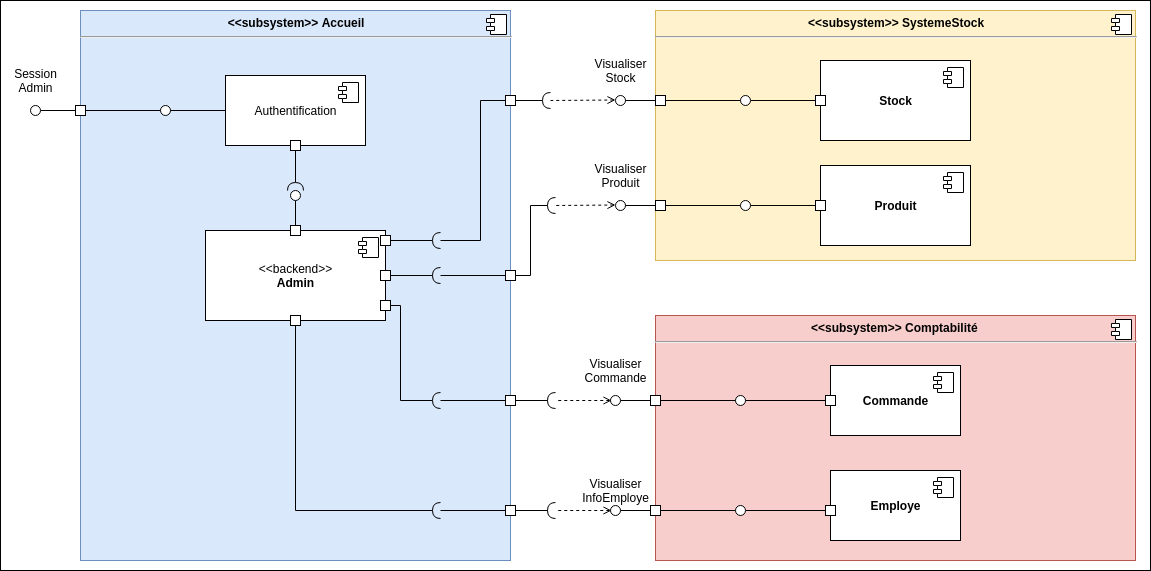
The draw.io diagram Diag_component_admin.png in micktymoon/P6_pelletier_c-line, before a commit. Source tidied: cells renumbered, new cells last; positions are measured from the earlier drawing's top-left corner, leaving out a move shared by most shapes.
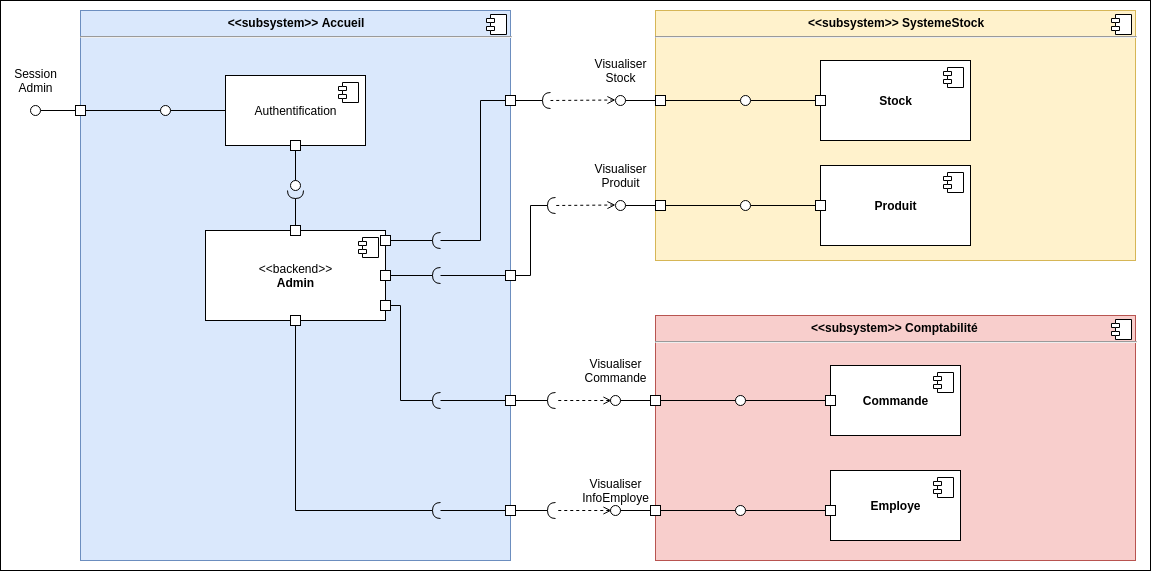
After the commit.

What changed in the source:
```diff
@@ -140,7 +140,7 @@
     <mxCell id="41" style="whiteSpace=wrap;html=1;" parent="1" vertex="1">
       <mxGeometry x="290" y="140" width="10" height="10" as="geometry" />
     </mxCell>
-    <mxCell id="42" style="rounded=0;jettySize=auto;html=1;endArrow=none;endFill=0;exitX=0.5;exitY=0;exitDx=0;exitDy=0;" parent="1" edge="1" source="89" target="66">
+    <mxCell id="42" style="rounded=0;jettySize=auto;html=1;endArrow=none;endFill=0;exitX=0.5;exitY=1;exitDx=0;exitDy=0;entryX=0.5;entryY=0.1;entryDx=0;entryDy=0;entryPerimeter=0;" parent="1" edge="1" source="41" target="66">
       <mxGeometry relative="1" as="geometry" />
     </mxCell>
     <mxCell id="43" style="ellipse;whiteSpace=wrap;html=1;fontFamily=Helvetica;fontSize=12;fontColor=#000000;align=center;strokeColor=#000000;fillColor=#ffffff;points=[];direction=south;" parent="1" vertex="1">
@@ -254,9 +254,9 @@
       <mxGeometry x="290" y="315" width="10" height="10" as="geometry" />
     </mxCell>
     <mxCell id="66" style="ellipse;whiteSpace=wrap;html=1;fontFamily=Helvetica;fontSize=12;fontColor=#000000;align=center;strokeColor=#000000;fillColor=#ffffff;points=[];" parent="1" vertex="1">
-      <mxGeometry x="290" y="190" width="10" height="10" as="geometry" />
+      <mxGeometry x="290" y="180" width="10" height="10" as="geometry" />
     </mxCell>
-    <mxCell id="67" style="rounded=0;jettySize=auto;html=1;endArrow=halfCircle;endFill=0;endSize=6;strokeWidth=1;exitX=0.5;exitY=1;exitDx=0;exitDy=0;" parent="1" edge="1" source="41" target="66">
+    <mxCell id="67" style="rounded=0;jettySize=auto;html=1;endArrow=halfCircle;endFill=0;endSize=6;strokeWidth=1;exitX=0.5;exitY=0;exitDx=0;exitDy=0;" parent="1" edge="1" source="89" target="66">
       <mxGeometry relative="1" as="geometry" />
     </mxCell>
     <mxCell id="68" style="ellipse;whiteSpace=wrap;html=1;fontFamily=Helvetica;fontSize=12;fontColor=#000000;align=center;strokeColor=#000000;fillColor=#ffffff;points=[];direction=south;" parent="1" vertex="1">
```
